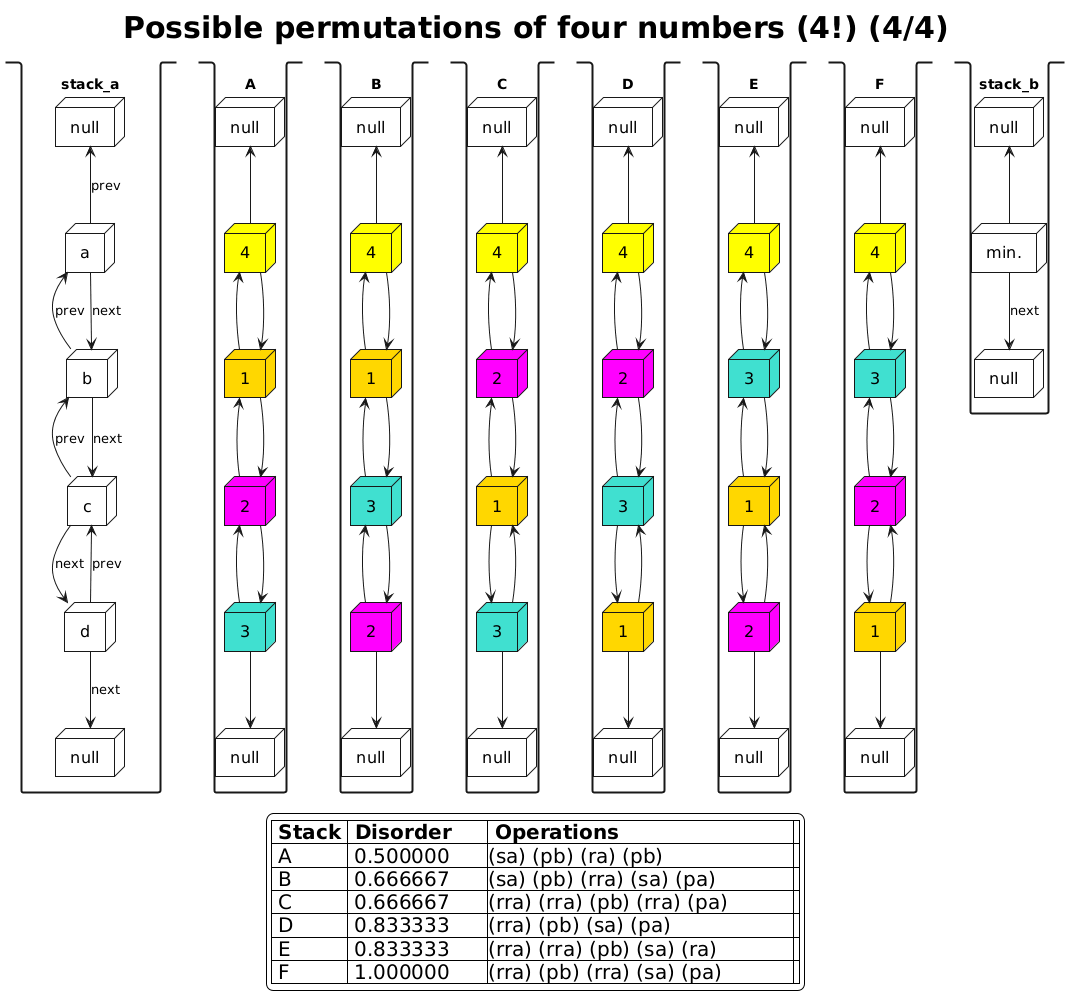
The PlantUML diagram Alg4_4.png in martinaradkovicova-lgtm/ft_push_swap, before a commit.
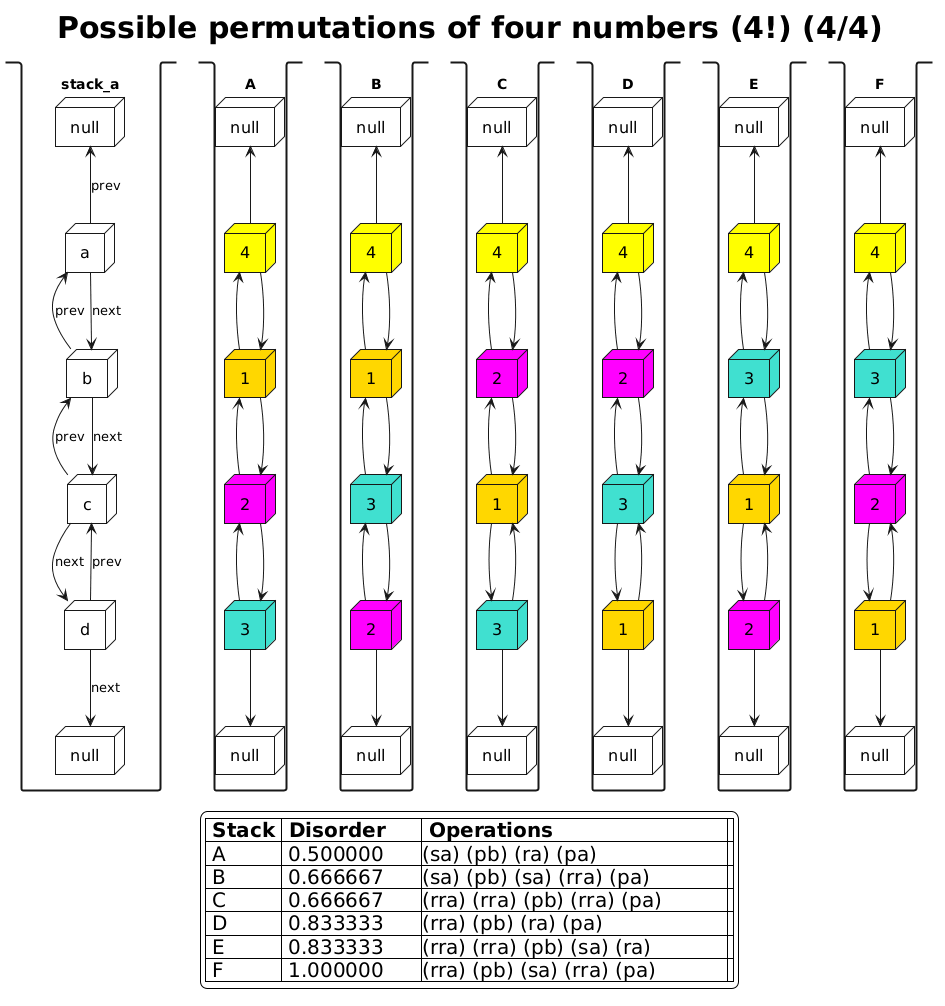
Later version of the same file.

Diff of the diagram source:
```diff
@@ -14,12 +14,12 @@
 title Possible permutations of four numbers (4!) (4/4)
 legend
     |= Stack |= Disorder|= Operations        |
-    | A | 0.500000      |(sa) (pb) (ra) (pb) |
-    | B | 0.666667      |(sa) (pb) (rra) (sa) (pa)|
+    | A | 0.500000      |(sa) (pb) (ra) (pa) |
+    | B | 0.666667      |(sa) (pb) (sa) (rra) (pa)|
     | C | 0.666667      |(rra) (rra) (pb) (rra) (pa)|
-    | D | 0.833333      |(rra) (pb) (sa) (pa)| |
+    | D | 0.833333      |(rra) (pb) (ra) (pa)| |
     | E | 0.833333      |(rra) (rra) (pb) (sa) (ra)            |
-    | F | 1.000000      |(rra) (pb) (rra) (sa) (pa)|
+    | F | 1.000000      |(rra) (pb) (sa) (rra) (pa)|
 endlegend
 
 stack stack_a {
@@ -141,13 +141,4 @@
 f3 <-- f4
 f4 --> f3_null
 }
-
-stack stack_b {
-node null as x1_null #white
-node "min." as x1 #white
-node null as x3_null #white
-x1_null <-- x1
-
-x1 --> x3_null : next
-}
 @enduml
```
